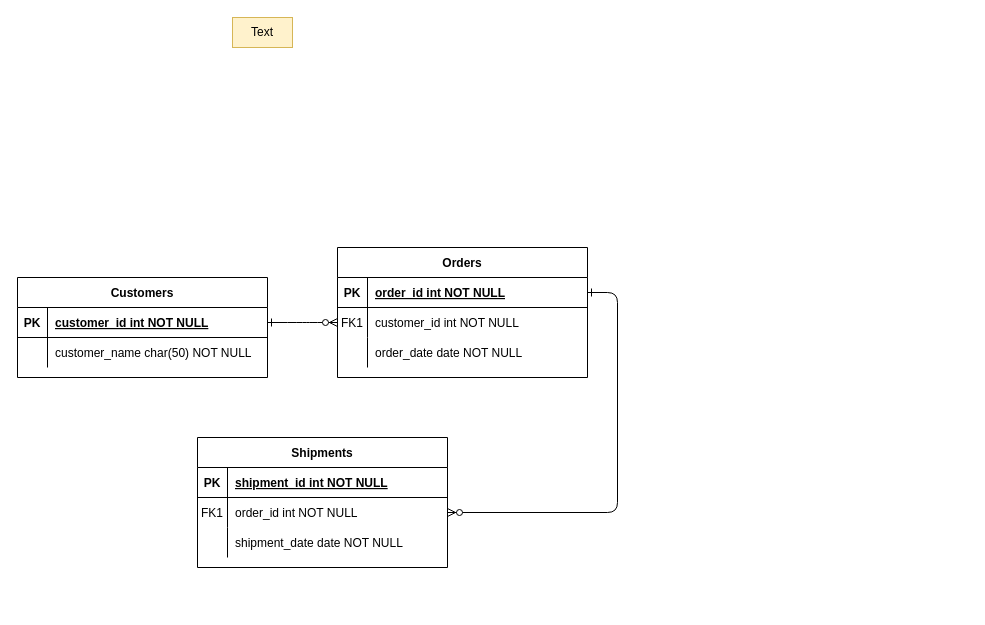
Above: DB_diagram.drawio in DevGeeksMyanmar/shop-com-db-diagram (draw.io), before the change. Source tidied: cells renumbered, new cells numbered last; positions are measured from the earlier drawing's top-left corner, leaving out a move shared by most shapes. Both pictures are drawn from the tidied source at 100%, with x=0, y=0 at pixel (17, 17).
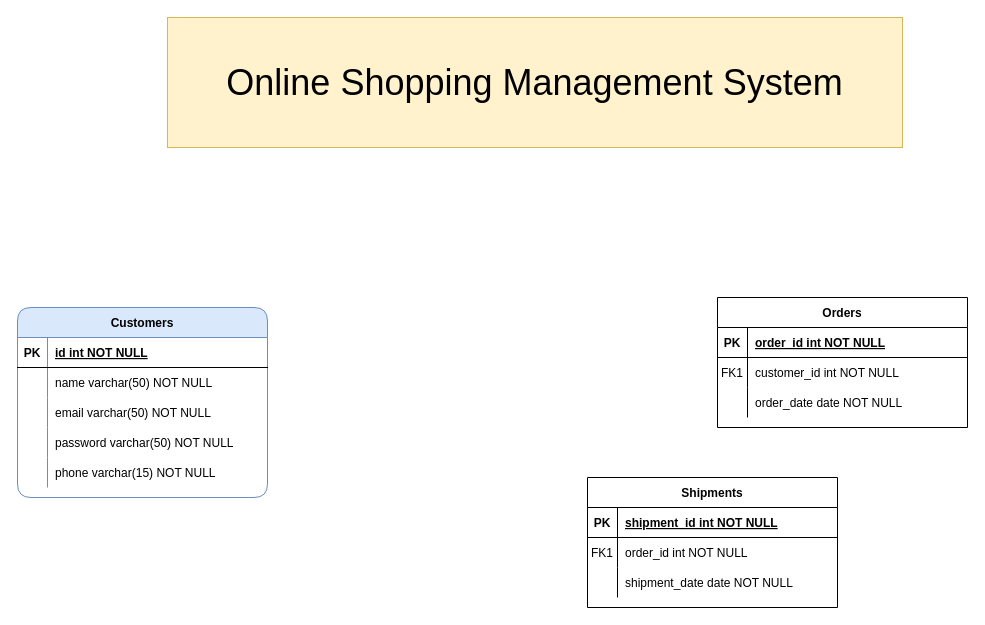
Above is the later version.

Commit message:
add customer table

Unchanged cells that the change refers to:
```xml
<mxCell id="5" style="shape=partialRectangle;fillColor=none;points=[[0,0.5],[1,0.5]];portConstraint=eastwest;top=0;left=0;right=0;bottom=1;" parent="4" vertex="1">
  <mxGeometry y="30" width="250" height="30" as="geometry" />
</mxCell>
<mxCell id="8" style="shape=partialRectangle;fillColor=none;points=[[0,0.5],[1,0.5]];portConstraint=eastwest;top=0;left=0;right=0;bottom=0;" parent="4" vertex="1">
  <mxGeometry y="60" width="250" height="30" as="geometry" />
</mxCell>
<mxCell id="18" style="shape=partialRectangle;fillColor=none;points=[[0,0.5],[1,0.5]];portConstraint=eastwest;top=0;left=0;right=0;bottom=0;" parent="14" vertex="1">
  <mxGeometry y="60" width="250" height="30" as="geometry" />
</mxCell>
<mxCell id="25" style="shape=partialRectangle;fillColor=none;points=[[0,0.5],[1,0.5]];portConstraint=eastwest;top=0;left=0;right=0;bottom=1;" parent="24" vertex="1">
  <mxGeometry y="30" width="250" height="30" as="geometry" />
</mxCell>
<mxCell id="28" style="shape=partialRectangle;fillColor=none;top=0;left=0;right=0;bottom=0;" parent="24" vertex="1">
  <mxGeometry y="60" width="250" height="30" as="geometry" />
</mxCell>
```

Change to the diagram source:
```diff
@@
-    <mxCell id="2" style="edgeStyle=entityRelationEdgeStyle;endArrow=ERzeroToMany;startArrow=ERone;endFill=1;startFill=0;" parent="1" edge="1" source="25" target="8">
-      <mxGeometry relative="1" as="geometry" />
-    </mxCell>
-    <mxCell id="3" style="edgeStyle=entityRelationEdgeStyle;endArrow=ERzeroToMany;startArrow=ERone;endFill=1;startFill=0;" parent="1" edge="1" source="5" target="18">
-      <mxGeometry relative="1" as="geometry" />
-    </mxCell>
     <mxCell id="4" value="Orders" style="shape=table;startSize=30;childLayout=tableLayout;rowLines=0;fontStyle=1;align=center;" parent="1" vertex="1">
-      <mxGeometry x="320" y="230" width="250" height="130" as="geometry" />
+      <mxGeometry x="700" y="280" width="250" height="130" as="geometry" />
     </mxCell>
@@
     <mxCell id="14" value="Shipments" style="shape=table;startSize=30;childLayout=tableLayout;rowLines=0;fontStyle=1;align=center;" parent="1" vertex="1">
-      <mxGeometry x="180" y="420" width="250" height="130" as="geometry" />
+      <mxGeometry x="570" y="460" width="250" height="130" as="geometry" />
     </mxCell>
@@
-    <mxCell id="24" value="Customers" style="shape=table;startSize=30;childLayout=tableLayout;rowLines=0;fontStyle=1;align=center;" parent="1" vertex="1">
-      <mxGeometry y="260" width="250" height="100" as="geometry" />
+    <mxCell id="24" value="Customers" style="shape=table;startSize=30;childLayout=tableLayout;rowLines=0;fontStyle=1;align=center;fillColor=#dae8fc;strokeColor=#6c8ebf;shadow=0;rounded=1;" parent="1" vertex="1">
+      <mxGeometry y="290" width="250" height="190" as="geometry" />
     </mxCell>
@@
-    <mxCell id="27" value="customer_id int NOT NULL " style="shape=partialRectangle;overflow=hidden;fillColor=none;top=0;left=0;bottom=0;right=0;align=left;spacingLeft=6;fontStyle=5;" parent="25" vertex="1">
+    <mxCell id="27" value="id int NOT NULL " style="shape=partialRectangle;overflow=hidden;fillColor=none;top=0;left=0;bottom=0;right=0;align=left;spacingLeft=6;fontStyle=5;" parent="25" vertex="1">
       <mxGeometry x="30" width="220" height="30" as="geometry" />
     </mxCell>
@@
-    <mxCell id="30" value="customer_name char(50) NOT NULL" style="shape=partialRectangle;overflow=hidden;fillColor=none;top=0;left=0;bottom=0;right=0;align=left;spacingLeft=6;" parent="28" vertex="1">
+    <mxCell id="30" value="name varchar(50) NOT NULL" style="shape=partialRectangle;overflow=hidden;fillColor=none;top=0;left=0;bottom=0;right=0;align=left;spacingLeft=6;" parent="28" vertex="1">
       <mxGeometry x="30" width="220" height="30" as="geometry" />
     </mxCell>
+    <mxCell id="32" style="shape=partialRectangle;fillColor=none;top=0;left=0;right=0;bottom=0;" parent="24" vertex="1">
+      <mxGeometry y="90" width="250" height="30" as="geometry" />
+    </mxCell>
+    <mxCell id="33" style="shape=partialRectangle;overflow=hidden;fillColor=none;top=0;left=0;bottom=0;right=0;" parent="32" vertex="1">
+      <mxGeometry width="30" height="30" as="geometry" />
+    </mxCell>
+    <mxCell id="34" value="email varchar(50) NOT NULL" style="shape=partialRectangle;overflow=hidden;fillColor=none;top=0;left=0;bottom=0;right=0;align=left;spacingLeft=6;" parent="32" vertex="1">
+      <mxGeometry x="30" width="220" height="30" as="geometry" />
+    </mxCell>
+    <mxCell id="35" style="shape=partialRectangle;fillColor=none;top=0;left=0;right=0;bottom=0;" parent="24" vertex="1">
+      <mxGeometry y="120" width="250" height="30" as="geometry" />
+    </mxCell>
+    <mxCell id="36" style="shape=partialRectangle;overflow=hidden;fillColor=none;top=0;left=0;bottom=0;right=0;" parent="35" vertex="1">
+      <mxGeometry width="30" height="30" as="geometry" />
+    </mxCell>
+    <mxCell id="37" value="password varchar(50) NOT NULL" style="shape=partialRectangle;overflow=hidden;fillColor=none;top=0;left=0;bottom=0;right=0;align=left;spacingLeft=6;" parent="35" vertex="1">
+      <mxGeometry x="30" width="220" height="30" as="geometry" />
+    </mxCell>
+    <mxCell id="38" style="shape=partialRectangle;fillColor=none;top=0;left=0;right=0;bottom=0;" parent="24" vertex="1">
+      <mxGeometry y="150" width="250" height="30" as="geometry" />
+    </mxCell>
+    <mxCell id="39" style="shape=partialRectangle;overflow=hidden;fillColor=none;top=0;left=0;bottom=0;right=0;" parent="38" vertex="1">
+      <mxGeometry width="30" height="30" as="geometry" />
+    </mxCell>
+    <mxCell id="40" value="phone varchar(15) NOT NULL" style="shape=partialRectangle;overflow=hidden;fillColor=none;top=0;left=0;bottom=0;right=0;align=left;spacingLeft=6;" parent="38" vertex="1">
+      <mxGeometry x="30" width="220" height="30" as="geometry" />
+    </mxCell>
-    <mxCell id="31" value="Text" style="text;strokeColor=#d6b656;align=center;fillColor=#fff2cc;html=1;verticalAlign=middle;whiteSpace=wrap;rounded=0;" parent="1" vertex="1">
-      <mxGeometry x="215" width="60" height="30" as="geometry" />
+    <mxCell id="31" value="Online Shopping Management System" style="text;strokeColor=#d6b656;align=center;fillColor=#fff2cc;html=1;verticalAlign=middle;whiteSpace=wrap;rounded=0;fontSize=36;" parent="1" vertex="1">
+      <mxGeometry x="150" width="735" height="130" as="geometry" />
     </mxCell>
```
